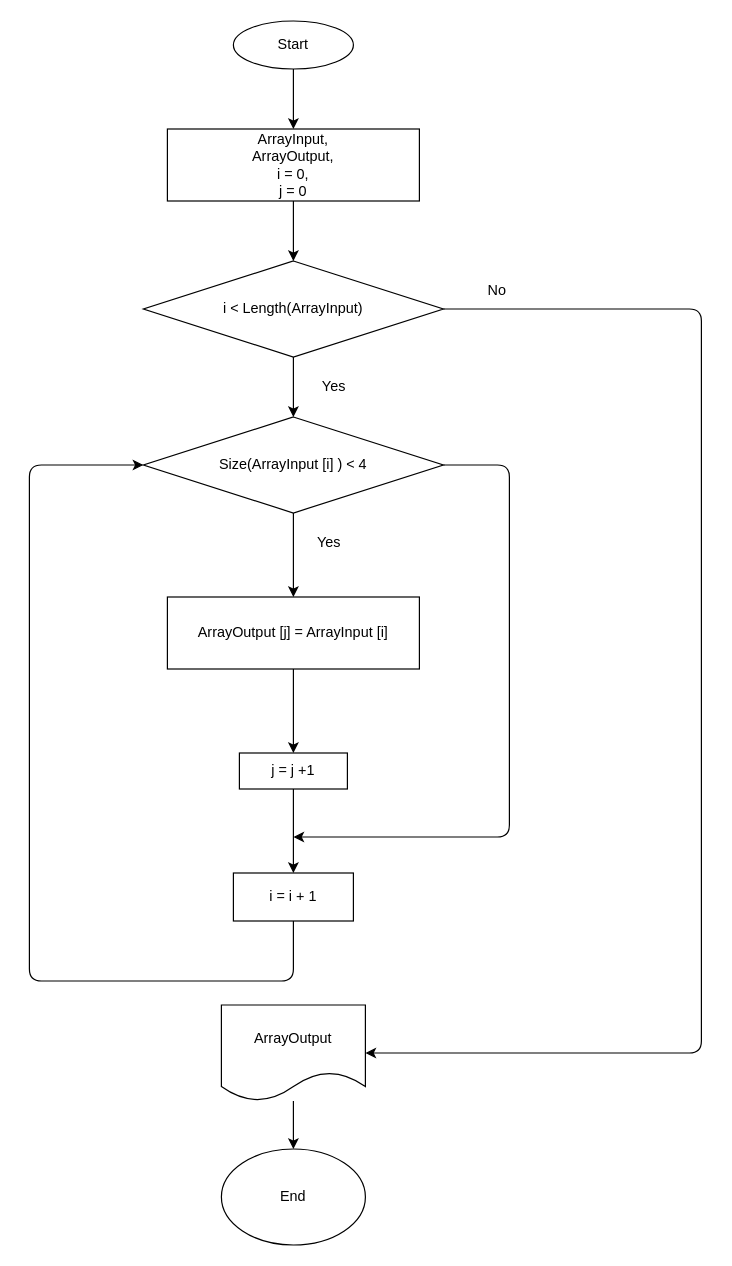
PEBU3OP1/final-test-qrtr-1- keeps this draw.io diagram as diagram.drawio. Above is the earlier version. Source tidied: cells renumbered, new cells numbered last; positions are measured from the earlier drawing's top-left corner, leaving out a move shared by most shapes. Both pictures are drawn from the tidied source at 120%, with x=0, y=0 at pixel (29, 20).
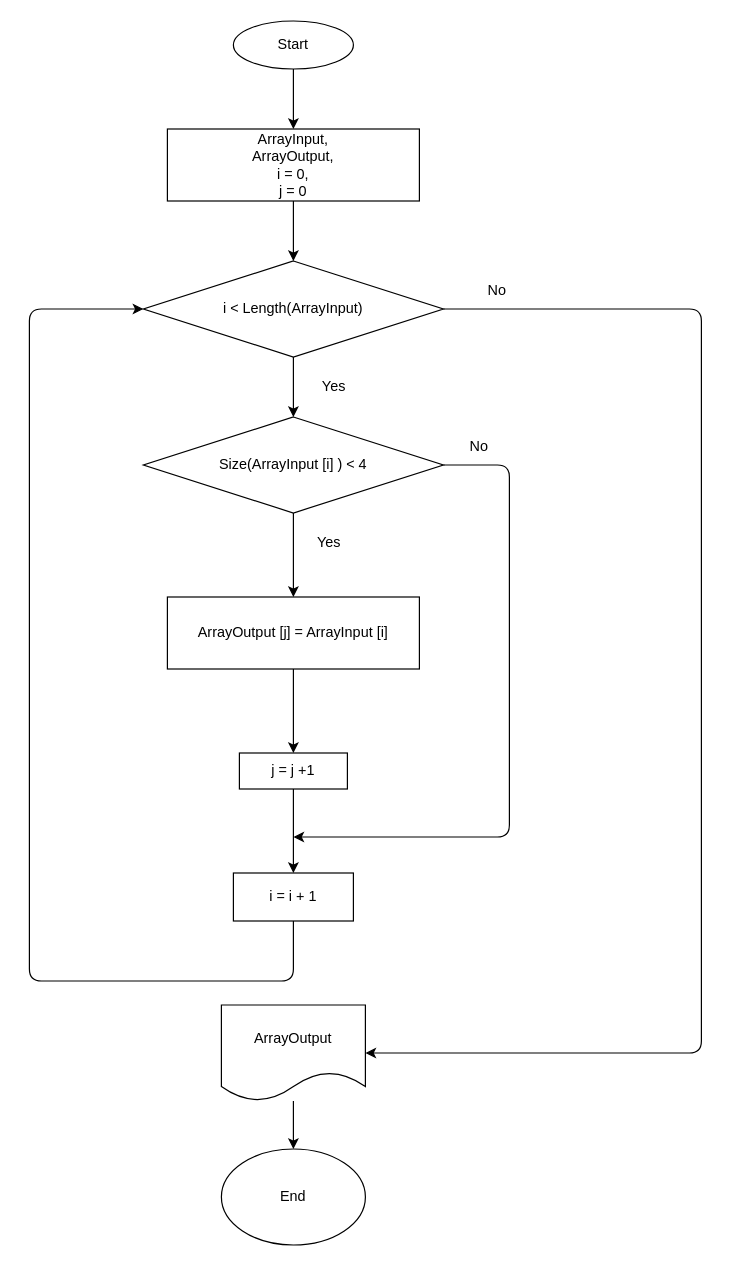
After the change.

The change refers to these unchanged cells:
```xml
<mxCell id="7" value="i &amp;lt; Length(ArrayInput)" style="rhombus;whiteSpace=wrap;html=1;" parent="1" vertex="1">
  <mxGeometry x="95" y="200" width="250" height="80" as="geometry" />
</mxCell>
<mxCell id="12" value="i = i + 1" style="whiteSpace=wrap;html=1;" parent="1" vertex="1">
  <mxGeometry x="170" y="710" width="100" height="40" as="geometry" />
</mxCell>
<mxCell id="13" value="Size(ArrayInput [i] ) &amp;lt; 4" style="rhombus;whiteSpace=wrap;html=1;" parent="1" vertex="1">
  <mxGeometry x="95" y="330" width="250" height="80" as="geometry" />
</mxCell>
```

Change to the diagram source:
```diff
@@
-    <mxCell id="19" style="endArrow=classic;html=1;exitX=0.5;exitY=1;exitDx=0;exitDy=0;entryX=0;entryY=0.5;entryDx=0;entryDy=0;" parent="1" edge="1" source="12" target="13">
+    <mxCell id="19" style="endArrow=classic;html=1;exitX=0.5;exitY=1;exitDx=0;exitDy=0;entryX=0;entryY=0.5;entryDx=0;entryDy=0;" parent="1" edge="1" source="12" target="7">
       <mxGeometry relative="1" as="geometry">
         <Array as="points">
           <mxPoint x="220" y="800" />
           <mxPoint y="800" />
-          <mxPoint y="370" />
+          <mxPoint y="240" />
         </Array>
       </mxGeometry>
     </mxCell>
@@
+    <mxCell id="24" value="No" style="text;html=1;strokeColor=none;fillColor=none;align=center;verticalAlign=middle;whiteSpace=wrap;rounded=0;" parent="1" vertex="1">
+      <mxGeometry x="345" y="340" width="60" height="30" as="geometry" />
+    </mxCell>
```
